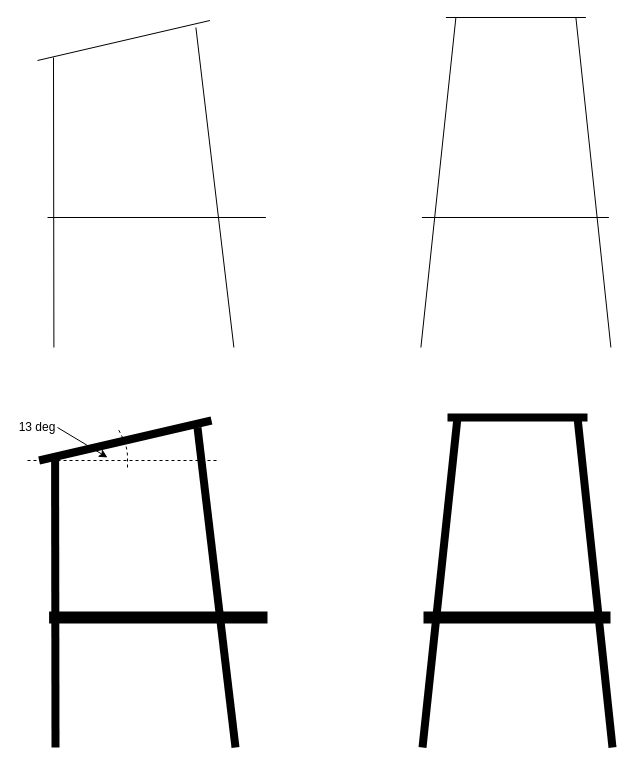
pderoxas/draw.io keeps this draw.io diagram as lifeguard_chair.drawio. Above is the earlier version. Source tidied: cells renumbered, new cells numbered last; positions are measured from the earlier drawing's top-left corner, leaving out a move shared by most shapes. Both pictures are drawn from the tidied source at 100%, with x=0, y=0 at pixel (17, 17).
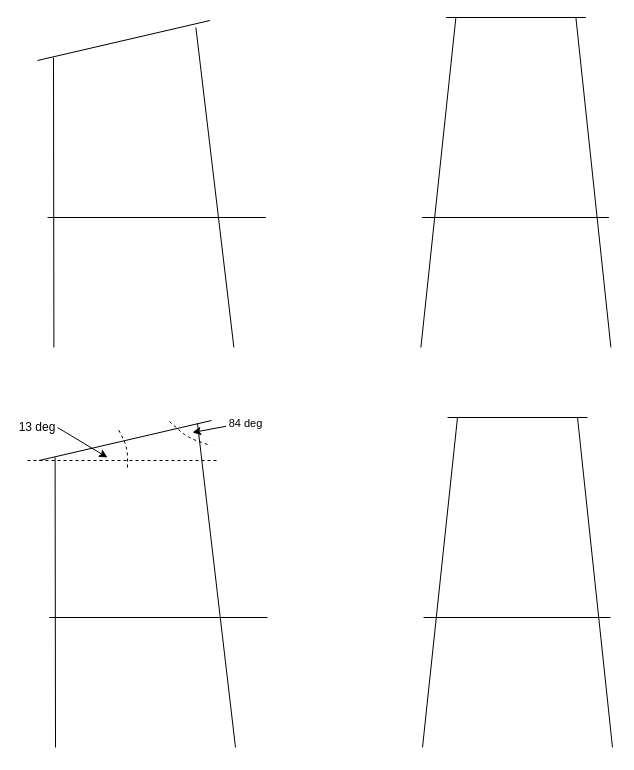
The same page after the edit.

Diff of the diagram source:
```diff
@@
-    <mxCell id="2" style="endArrow=none;html=1;shadow=0;strokeWidth=8;" parent="1" edge="1">
+    <mxCell id="2" style="endArrow=none;html=1;shadow=0;strokeWidth=1;" parent="1" edge="1">
       <mxGeometry relative="1" as="geometry">
         <mxPoint x="38" y="730" as="sourcePoint" />
         <mxPoint x="37.6" y="440" as="targetPoint" />
       </mxGeometry>
     </mxCell>
-    <mxCell id="3" style="endArrow=none;html=1;shadow=0;strokeWidth=8;" parent="1" edge="1">
+    <mxCell id="3" style="endArrow=none;html=1;shadow=0;strokeWidth=1;" parent="1" edge="1">
       <mxGeometry relative="1" as="geometry">
         <mxPoint x="218" y="730" as="sourcePoint" />
-        <mxPoint x="180" y="410" as="targetPoint" />
+        <mxPoint x="180" y="406" as="targetPoint" />
       </mxGeometry>
     </mxCell>
-    <mxCell id="4" style="endArrow=none;html=1;shadow=0;strokeWidth=8;" parent="1" edge="1">
+    <mxCell id="4" style="endArrow=none;html=1;shadow=0;strokeWidth=1;" parent="1" edge="1">
       <mxGeometry relative="1" as="geometry">
         <mxPoint x="194" y="403" as="sourcePoint" />
         <mxPoint x="21.6" y="443" as="targetPoint" />
       </mxGeometry>
     </mxCell>
-    <mxCell id="5" style="endArrow=none;html=1;shadow=0;strokeWidth=12;" parent="1" edge="1">
+    <mxCell id="5" style="endArrow=none;html=1;shadow=0;strokeWidth=1;" parent="1" edge="1">
       <mxGeometry relative="1" as="geometry">
         <mxPoint x="31.6" y="600" as="sourcePoint" />
         <mxPoint x="250" y="600" as="targetPoint" />
       </mxGeometry>
     </mxCell>
-    <mxCell id="6" style="endArrow=none;html=1;shadow=0;strokeWidth=8;" parent="1" edge="1">
+    <mxCell id="6" style="endArrow=none;html=1;shadow=0;strokeWidth=1;" parent="1" edge="1">
       <mxGeometry relative="1" as="geometry">
         <mxPoint x="405" y="730" as="sourcePoint" />
         <mxPoint x="440" y="400" as="targetPoint" />
       </mxGeometry>
     </mxCell>
-    <mxCell id="7" style="endArrow=none;html=1;shadow=0;strokeWidth=8;" parent="1" edge="1">
+    <mxCell id="7" style="endArrow=none;html=1;shadow=0;strokeWidth=1;" parent="1" edge="1">
       <mxGeometry relative="1" as="geometry">
         <mxPoint x="595" y="730" as="sourcePoint" />
         <mxPoint x="560" y="400" as="targetPoint" />
       </mxGeometry>
     </mxCell>
-    <mxCell id="8" style="endArrow=none;html=1;shadow=0;strokeWidth=8;" parent="1" edge="1">
+    <mxCell id="8" style="endArrow=none;html=1;shadow=0;strokeWidth=1;" parent="1" edge="1">
       <mxGeometry relative="1" as="geometry">
         <mxPoint x="570" y="400" as="sourcePoint" />
         <mxPoint x="430" y="400" as="targetPoint" />
       </mxGeometry>
     </mxCell>
-    <mxCell id="9" style="endArrow=none;html=1;shadow=0;strokeWidth=12;" parent="1" edge="1">
+    <mxCell id="9" style="endArrow=none;html=1;shadow=0;strokeWidth=1;" parent="1" edge="1">
       <mxGeometry relative="1" as="geometry">
         <mxPoint x="406" y="600" as="sourcePoint" />
         <mxPoint x="593" y="600" as="targetPoint" />
       </mxGeometry>
     </mxCell>
@@
-    <mxCell id="19" value="13 deg" style="text;html=1;strokeColor=none;fillColor=none;align=center;verticalAlign=middle;whiteSpace=wrap;rounded=0;" parent="1" vertex="1">
+    <mxCell id="19" value="13 deg" style="text;html=1;strokeColor=none;fillColor=none;align=center;verticalAlign=middle;whiteSpace=wrap;rounded=0;strokeWidth=1;" parent="1" vertex="1">
       <mxGeometry y="400" width="40" height="20" as="geometry" />
     </mxCell>
@@
+    <mxCell id="22" style="endArrow=none;html=1;strokeWidth=1;dashed=1;" parent="1" edge="1">
+      <mxGeometry relative="1" as="geometry">
+        <mxPoint x="152" y="404" as="sourcePoint" />
+        <mxPoint x="193" y="428" as="targetPoint" />
+        <Array as="points">
+          <mxPoint x="170" y="420" />
+        </Array>
+      </mxGeometry>
+    </mxCell>
+    <mxCell id="23" style="endArrow=classic;html=1;strokeWidth=1;" parent="1" edge="1">
+      <mxGeometry relative="1" as="geometry">
+        <mxPoint x="240" y="403" as="sourcePoint" />
+        <mxPoint x="175" y="415" as="targetPoint" />
+      </mxGeometry>
+    </mxCell>
+    <mxCell id="24" value="&amp;nbsp;84 deg&amp;nbsp;" style="edgeLabel;html=1;align=center;verticalAlign=middle;" parent="23" vertex="1">
+      <mxGeometry x="-0.61" relative="1" as="geometry" />
+    </mxCell>
```
